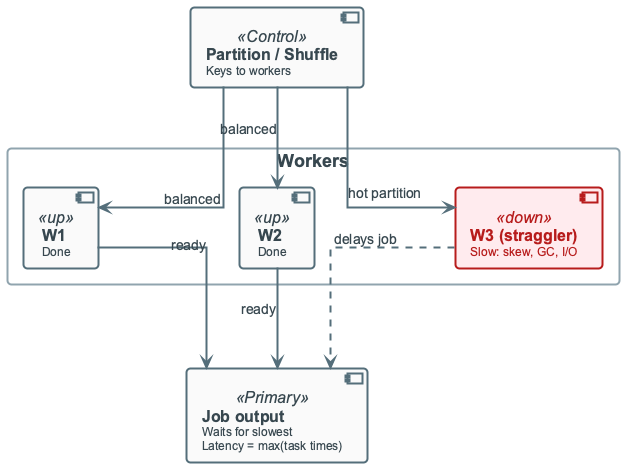
The PlantUML diagram diagrams/week03/week3_straggler.png in OrPerets/data-engineering-course, before a commit.
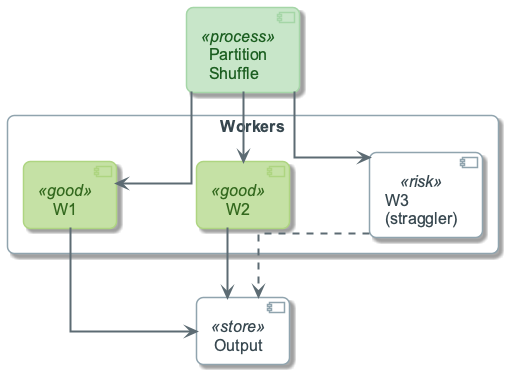
After the change.

What changed in the source:
```diff
@@ -1,25 +1,26 @@
 @startuml
 !include ../_template_styles.puml
+!include _week3_visual_style.puml
+
 top to bottom direction
+skinparam nodesep 80
+skinparam ranksep 60
 
-component "**Partition / Shuffle**\n<size:12>Keys to workers</size>" as PART <<Control>>
+component "Partition\nShuffle" as PART <<process>>
+rectangle "Workers" as WRK {
+  component "W1" as W1 <<good>>
+  component "W2" as W2 <<good>>
+  component "W3\n(straggler)" as W3 <<risk>>
+  W1 -[hidden]right- W2
+  W2 -[hidden]right- W3
+}
+component "Output" as OUT <<store>>
 
-rectangle "Workers" #FFFFFF {
-    component "**W1**\n<size:12>Done</size>" as W1 <<up>>
-    component "**W2**\n<size:12>Done</size>" as W2 <<up>>
-    component "**W3 (straggler)**\n<size:12>Slow: skew, GC, I/O</size>" as W3 <<down>>
-    W1 -[hidden]right- W2
-    W2 -[hidden]right- W3
-}
-
-component "**Job output**\n<size:12>Waits for slowest</size>\n<size:12>Latency = max(task times)</size>" as OUT <<Primary>>
-
-PART -down-> W1 : balanced
-PART -down-> W2 : balanced
-PART -down-> W3 : hot partition
-
-W1 -down-> OUT : ready
-W2 -down-> OUT : ready
-W3 -down[dashed]-> OUT : delays job
+PART -down-> W1
+PART -down-> W2
+PART -down-> W3
+W1 -down-> OUT
+W2 -down-> OUT
+W3 -[dashed]down-> OUT
 
 @enduml
```
